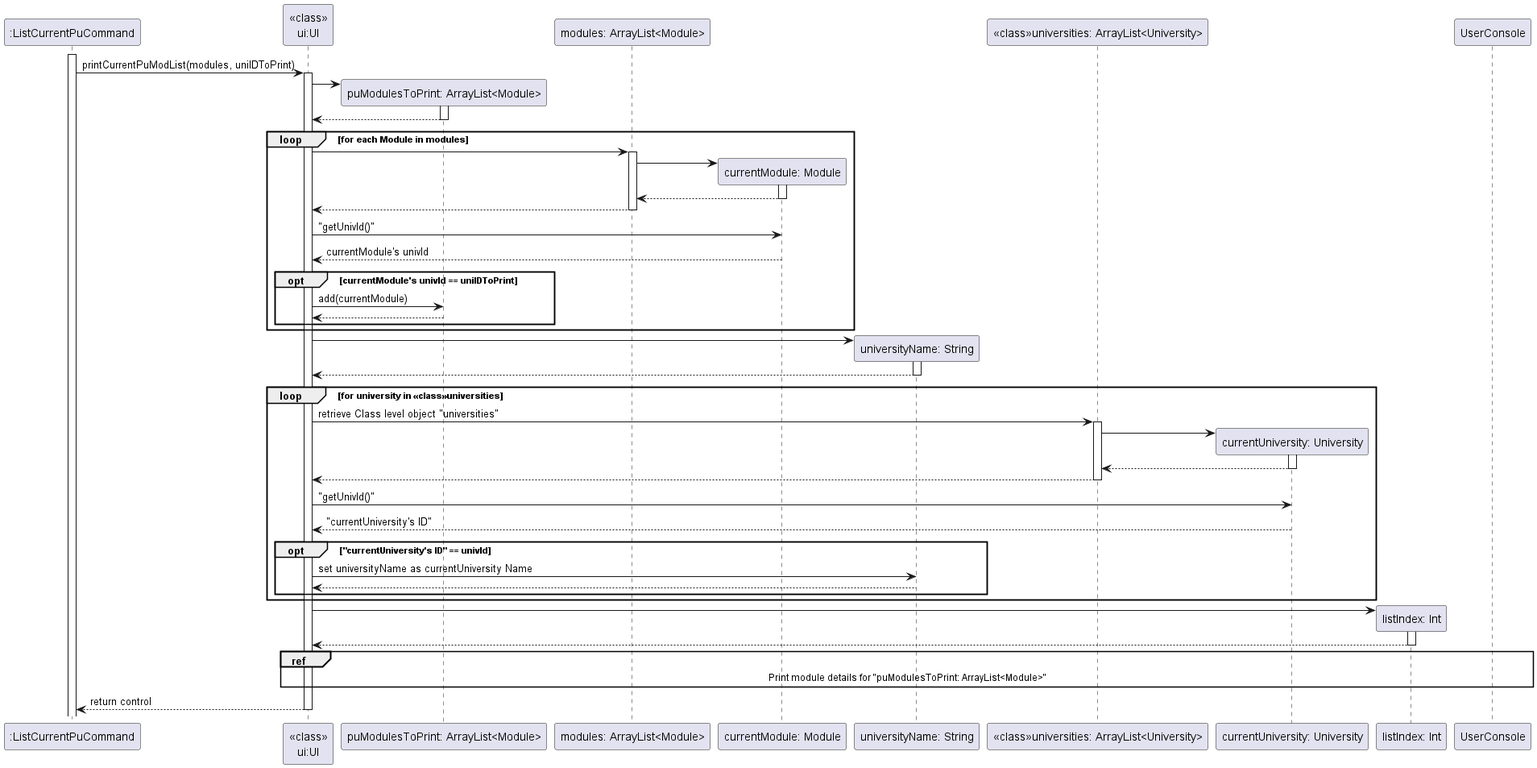
Earlier version of the PlantUML export docs/diagrams/Commands/ListCurrentPuCommandSequenceDiagram.png (nus-cs2113-AY2223S2/tp). The source it was exported from:
```plantuml
@startuml

activate ":ListCurrentPuCommand"

":ListCurrentPuCommand" -> "<<class>>\nui:UI" : printCurrentPuModList(modules, uniIDToPrint)
activate "<<class>>\nui:UI"

create "puModulesToPrint: ArrayList<Module>"
"<<class>>\nui:UI" -> "puModulesToPrint: ArrayList<Module>"
activate "puModulesToPrint: ArrayList<Module>"
"<<class>>\nui:UI" <-- "puModulesToPrint: ArrayList<Module>"
deactivate "puModulesToPrint: ArrayList<Module>"

loop for each Module in modules
    "<<class>>\nui:UI" -> "modules: ArrayList<Module>"
     activate "modules: ArrayList<Module>"
     create "currentModule: Module"
     "modules: ArrayList<Module>" -> "currentModule: Module"
     activate "currentModule: Module"
     "modules: ArrayList<Module>" <-- "currentModule: Module"
     deactivate "currentModule: Module"
     "<<class>>\nui:UI" <-- "modules: ArrayList<Module>"
     deactivate "modules: ArrayList<Module>"



    "<<class>>\nui:UI" -> "currentModule: Module" : "getUnivId()"
    "<<class>>\nui:UI" <-- "currentModule: Module" : currentModule's univId
     opt currentModule's univId == uniIDToPrint
        "<<class>>\nui:UI" -> "puModulesToPrint: ArrayList<Module>": add(currentModule)
        "<<class>>\nui:UI" <-- "puModulesToPrint: ArrayList<Module>"
     end
end

create "universityName: String"
"<<class>>\nui:UI" -> "universityName: String"
activate "universityName: String"
"<<class>>\nui:UI" <-- "universityName: String"
deactivate "universityName: String"

loop for university in <<class>>universities
    "<<class>>\nui:UI" -> "<<class>>universities: ArrayList<University>" : retrieve Class level object "universities"
     activate "<<class>>universities: ArrayList<University>"
     create "currentUniversity: University"
     "<<class>>universities: ArrayList<University>" -> "currentUniversity: University"
     activate "currentUniversity: University"
     "<<class>>universities: ArrayList<University>" <-- "currentUniversity: University"
     deactivate "currentUniversity: University"
     "<<class>>\nui:UI" <-- "<<class>>universities: ArrayList<University>"
     deactivate "<<class>>universities: ArrayList<University>"

     "<<class>>\nui:UI" -> "currentUniversity: University": "getUnivId()"
     "<<class>>\nui:UI" <-- "currentUniversity: University": "currentUniversity's ID"
     opt "currentUniversity's ID" == univId
        "<<class>>\nui:UI" -> "universityName: String": set universityName as currentUniversity Name
        "<<class>>\nui:UI" <-- "universityName: String"
     end
end
    create "listIndex: Int"
     "<<class>>\nui:UI" -> "listIndex: Int"
     activate "listIndex: Int"
     "<<class>>\nui:UI" <-- "listIndex: Int"
     deactivate "listIndex: Int"

    ref over "<<class>>\nui:UI","puModulesToPrint: ArrayList<Module>", UserConsole, "listIndex: Int"
        Print module details for "puModulesToPrint: ArrayList<Module>"
    end ref



"<<class>>\nui:UI" --> ":ListCurrentPuCommand" : return control
deactivate "<<class>>\nui:UI"

@enduml
```
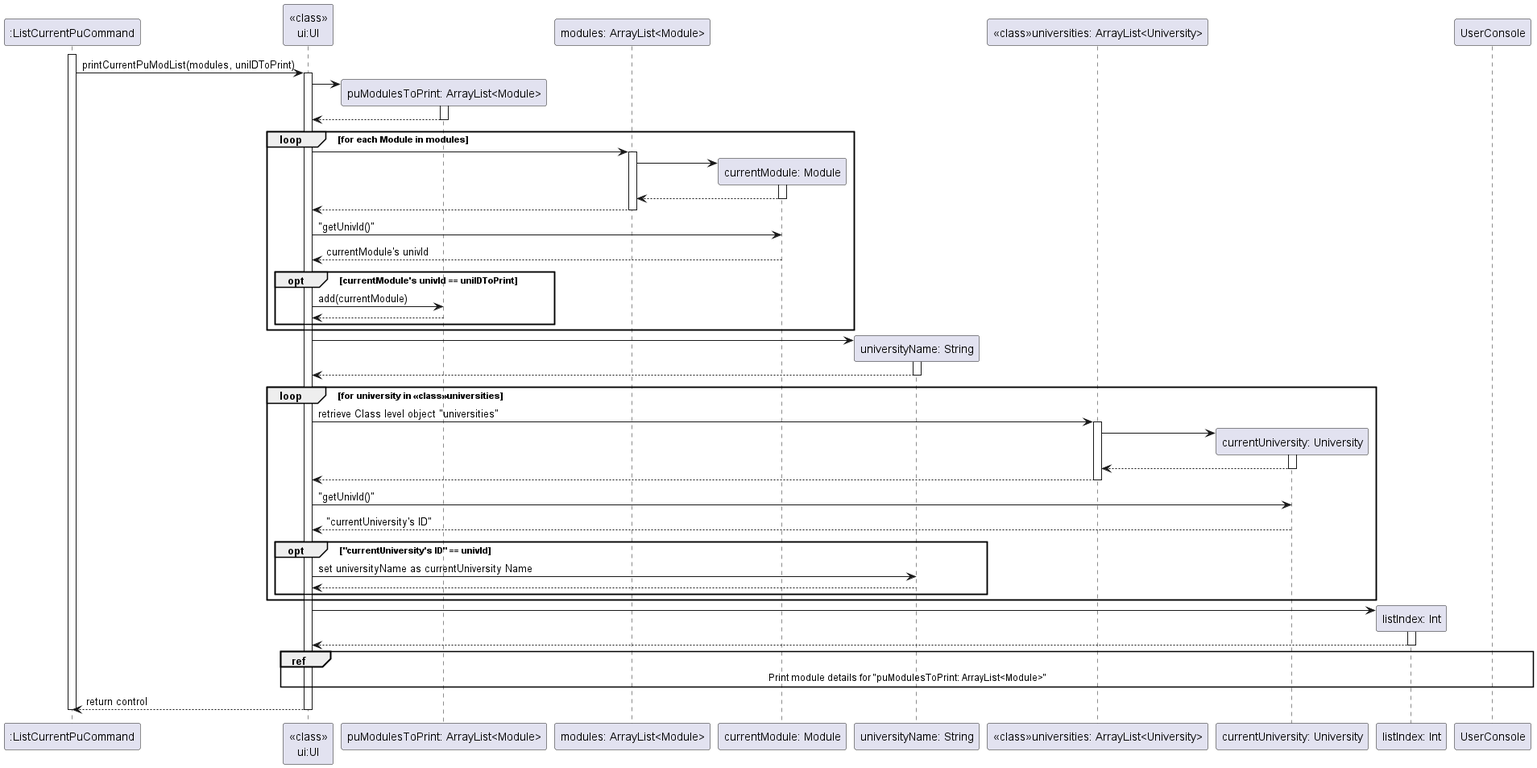
Later version of the same file.

Commit message:
Update Sequence Diagram for command, fix activation bar cutting off at the end

What changed in the source:
```diff
@@ -70,5 +70,5 @@
 
 "<<class>>\nui:UI" --> ":ListCurrentPuCommand" : return control
 deactivate "<<class>>\nui:UI"
-
+deactivate ":ListCurrentPuCommand"
 @enduml
```
